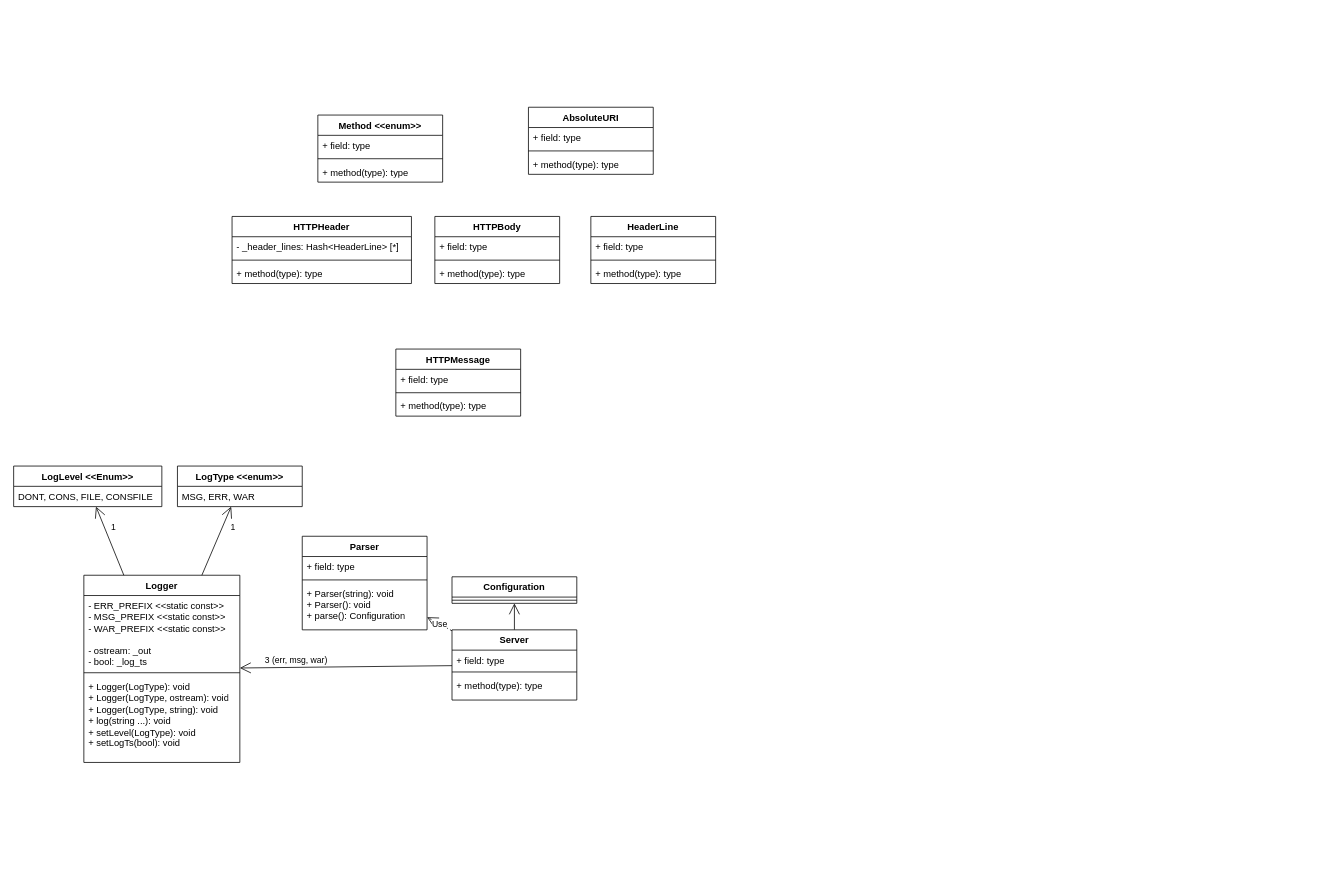
This is docs/class_diagram.drawio from Kevin-Seligmann/webserv, a draw.io file, before an edit. Source tidied: cells renumbered, new cells numbered last; positions are measured from the earlier drawing's top-left corner, leaving out a move shared by most shapes. Both pictures are drawn from the tidied source at 78%, with x=0, y=0 at pixel (13, 107).
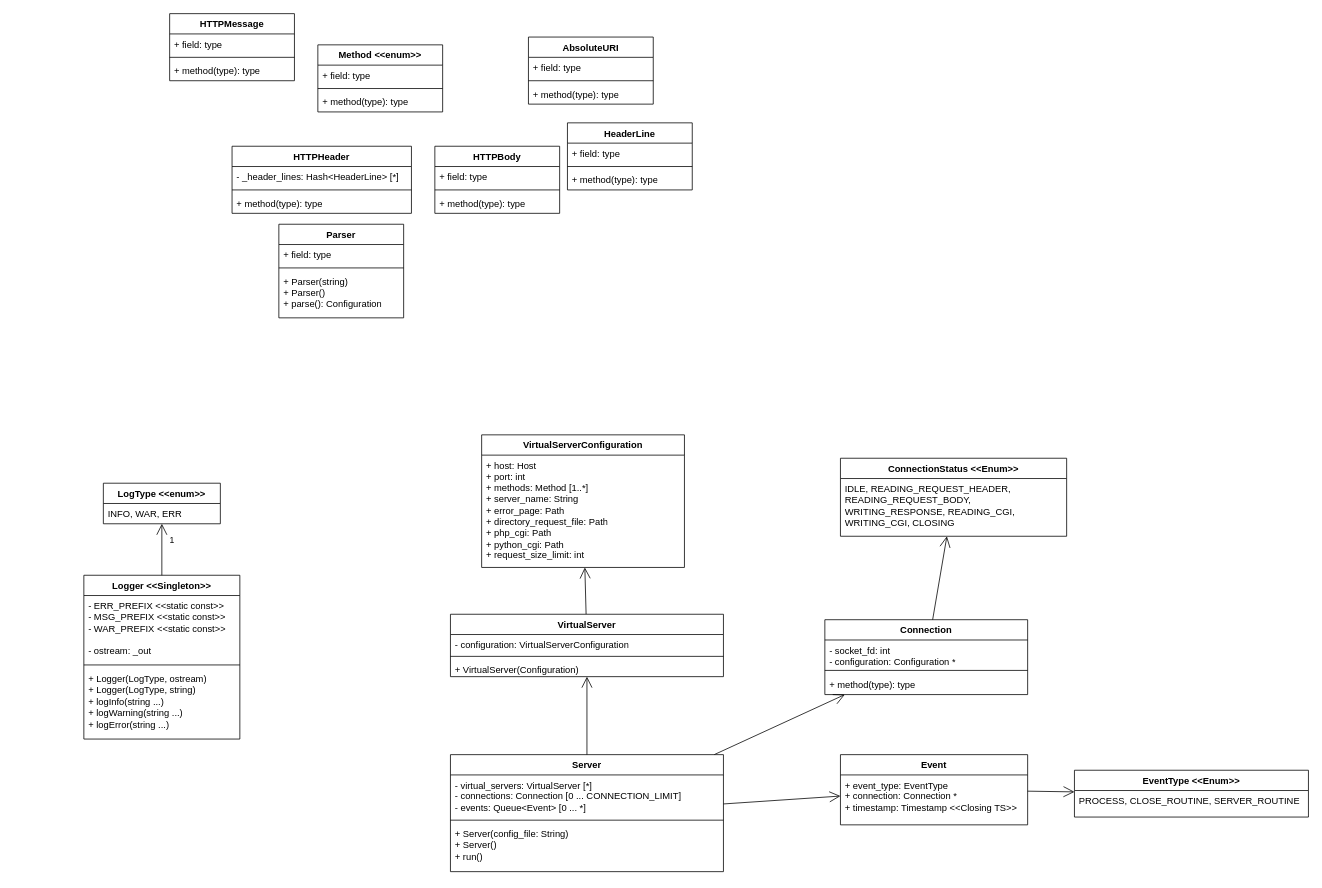
After the change.

What changed in the source:
```diff
@@
-    <mxCell id="2" value="Logger&lt;div&gt;&lt;br&gt;&lt;/div&gt;" style="swimlane;fontStyle=1;align=center;verticalAlign=top;horizontal=1;startSize=26;whiteSpace=wrap;html=1;" parent="1" vertex="1">
-      <mxGeometry x="90" y="600" width="200" height="240" as="geometry" />
+    <mxCell id="2" value="Logger &amp;lt;&amp;lt;Singleton&amp;gt;&amp;gt;&lt;div&gt;&amp;nbsp;&lt;/div&gt;" style="swimlane;fontStyle=1;align=center;verticalAlign=top;horizontal=1;startSize=26;whiteSpace=wrap;html=1;" parent="1" vertex="1">
+      <mxGeometry x="90" y="600" width="200" height="210" as="geometry" />
     </mxCell>
-    <mxCell id="3" value="&lt;div&gt;- ERR_PREFIX &amp;lt;&amp;lt;static const&amp;gt;&amp;gt;&lt;/div&gt;&lt;div&gt;- MSG_PREFIX &amp;lt;&amp;lt;static const&amp;gt;&amp;gt;&lt;/div&gt;&lt;div&gt;- WAR_PREFIX &amp;lt;&amp;lt;static const&amp;gt;&amp;gt;&lt;/div&gt;&lt;div&gt;&lt;br&gt;&lt;/div&gt;- ostream: _out&lt;div&gt;&lt;span style=&quot;background-color: transparent; color: light-dark(rgb(0, 0, 0), rgb(255, 255, 255));&quot;&gt;- bool: _log_ts&lt;/span&gt;&lt;/div&gt;" style="text;strokeColor=none;fillColor=none;align=left;verticalAlign=top;spacingLeft=4;spacingRight=4;overflow=hidden;whiteSpace=wrap;html=1;" parent="2" vertex="1">
-      <mxGeometry y="26" width="200" height="94" as="geometry" />
+    <mxCell id="3" value="&lt;div&gt;- ERR_PREFIX &amp;lt;&amp;lt;static const&amp;gt;&amp;gt;&lt;/div&gt;&lt;div&gt;- MSG_PREFIX &amp;lt;&amp;lt;static const&amp;gt;&amp;gt;&lt;/div&gt;&lt;div&gt;- WAR_PREFIX &amp;lt;&amp;lt;static const&amp;gt;&amp;gt;&lt;/div&gt;&lt;div&gt;&lt;br&gt;&lt;/div&gt;- ostream: _out" style="text;strokeColor=none;fillColor=none;align=left;verticalAlign=top;spacingLeft=4;spacingRight=4;overflow=hidden;whiteSpace=wrap;html=1;" parent="2" vertex="1">
+      <mxGeometry y="26" width="200" height="84" as="geometry" />
     </mxCell>
     <mxCell id="4" style="line;strokeWidth=1;fillColor=none;align=left;verticalAlign=middle;spacingTop=-1;spacingLeft=3;spacingRight=3;labelPosition=right;strokeColor=inherit;" parent="2" vertex="1">
-      <mxGeometry y="120" width="200" height="10" as="geometry" />
+      <mxGeometry y="110" width="200" height="10" as="geometry" />
     </mxCell>
-    <mxCell id="5" value="&lt;div&gt;+ Logger(LogType): void&lt;/div&gt;&lt;div&gt;+ Logger(LogType, ostream): void&lt;/div&gt;+ Logger(LogType, string): void&lt;div&gt;+ log(string ...): void&lt;/div&gt;&lt;div&gt;+ setLevel(LogType): void&lt;/div&gt;&lt;div&gt;+ setLogTs(bool): void&lt;/div&gt;" style="text;strokeColor=none;fillColor=none;align=left;verticalAlign=top;spacingLeft=4;spacingRight=4;overflow=hidden;whiteSpace=wrap;html=1;" parent="2" vertex="1">
-      <mxGeometry y="130" width="200" height="110" as="geometry" />
+    <mxCell id="5" value="&lt;div&gt;&lt;span style=&quot;background-color: transparent; color: light-dark(rgb(0, 0, 0), rgb(255, 255, 255));&quot;&gt;+ Logger(LogType, ostream)&lt;/span&gt;&lt;/div&gt;+ Logger(LogType, string)&lt;div&gt;+ logInfo(string ...)&lt;/div&gt;&lt;div&gt;&lt;div&gt;+ logWarning(string ...)&lt;/div&gt;&lt;/div&gt;&lt;div&gt;&lt;div&gt;+ logError(string ...)&lt;/div&gt;&lt;/div&gt;&lt;div&gt;&lt;br&gt;&lt;/div&gt;" style="text;strokeColor=none;fillColor=none;align=left;verticalAlign=top;spacingLeft=4;spacingRight=4;overflow=hidden;whiteSpace=wrap;html=1;" parent="2" vertex="1">
+      <mxGeometry y="120" width="200" height="90" as="geometry" />
     </mxCell>
-    <mxCell id="6" value="Configuration&lt;div&gt;&lt;br&gt;&lt;/div&gt;" style="swimlane;fontStyle=1;align=center;verticalAlign=top;horizontal=1;startSize=26;whiteSpace=wrap;html=1;" parent="1" vertex="1">
-      <mxGeometry x="562" y="602" width="160" height="34" as="geometry" />
-    </mxCell>
-    <mxCell id="7" style="line;strokeWidth=1;fillColor=none;align=left;verticalAlign=middle;spacingTop=-1;spacingLeft=3;spacingRight=3;labelPosition=right;strokeColor=inherit;" parent="6" vertex="1">
-      <mxGeometry y="26" width="160" height="8" as="geometry" />
-    </mxCell>
     <mxCell id="8" value="LogType &amp;lt;&amp;lt;enum&amp;gt;&amp;gt;" style="swimlane;fontStyle=1;align=center;verticalAlign=top;horizontal=1;startSize=26;whiteSpace=wrap;html=1;" parent="1" vertex="1">
-      <mxGeometry x="210" y="460" width="160" height="52" as="geometry" />
+      <mxGeometry x="115" y="482" width="150" height="52" as="geometry" />
     </mxCell>
-    <mxCell id="9" value="MSG, ERR, WAR" style="text;strokeColor=none;fillColor=none;align=left;verticalAlign=top;spacingLeft=4;spacingRight=4;overflow=hidden;whiteSpace=wrap;html=1;" parent="8" vertex="1">
-      <mxGeometry y="26" width="160" height="26" as="geometry" />
+    <mxCell id="9" value="INFO, WAR, ERR" style="text;strokeColor=none;fillColor=none;align=left;verticalAlign=top;spacingLeft=4;spacingRight=4;overflow=hidden;whiteSpace=wrap;html=1;" parent="8" vertex="1">
+      <mxGeometry y="26" width="150" height="26" as="geometry" />
     </mxCell>
-    <mxCell id="10" value="LogLevel &amp;lt;&amp;lt;Enum&amp;gt;&amp;gt;" style="swimlane;fontStyle=1;align=center;verticalAlign=top;horizontal=1;startSize=26;whiteSpace=wrap;html=1;" parent="1" vertex="1">
-      <mxGeometry y="460" width="190" height="52" as="geometry" />
-    </mxCell>
-    <mxCell id="11" value="DONT, CONS, FILE, CONSFILE" style="text;strokeColor=none;fillColor=none;align=left;verticalAlign=top;spacingLeft=4;spacingRight=4;overflow=hidden;whiteSpace=wrap;html=1;" parent="10" vertex="1">
-      <mxGeometry y="26" width="190" height="26" as="geometry" />
-    </mxCell>
-    <mxCell id="12" style="endArrow=open;endFill=1;endSize=12;html=1;rounded=0;" parent="1" edge="1" source="2" target="10">
-      <mxGeometry relative="1" as="geometry" />
-    </mxCell>
-    <mxCell id="13" value="1" style="edgeLabel;html=1;align=center;verticalAlign=middle;" parent="12" vertex="1">
-      <mxGeometry x="0.5" relative="1" as="geometry">
-        <mxPoint x="13" y="4" as="offset" />
-      </mxGeometry>
-    </mxCell>
@@
-    <mxCell id="16" style="endArrow=open;endFill=1;endSize=12;html=1;rounded=0;" parent="1" edge="1" source="18" target="6">
+    <mxCell id="16" style="endArrow=open;endFill=1;endSize=12;html=1;rounded=0;" parent="1" edge="1" source="18" target="71">
       <mxGeometry relative="1" as="geometry" />
     </mxCell>
-    <mxCell id="17" value="Use" style="endArrow=open;endSize=12;dashed=1;html=1;rounded=0;" parent="1" edge="1" source="18" target="24">
-      <mxGeometry relative="1" as="geometry" />
-    </mxCell>
-    <mxCell id="18" value="Server" style="swimlane;fontStyle=1;align=center;verticalAlign=top;horizontal=1;startSize=26;whiteSpace=wrap;html=1;" parent="1" vertex="1">
-      <mxGeometry x="562" y="670" width="160" height="90" as="geometry" />
+    <mxCell id="18" value="VirtualServer" style="swimlane;fontStyle=1;align=center;verticalAlign=top;horizontal=1;startSize=26;whiteSpace=wrap;html=1;" parent="1" vertex="1">
+      <mxGeometry x="560" y="650" width="350" height="80" as="geometry" />
     </mxCell>
-    <mxCell id="19" value="+ field: type" style="text;strokeColor=none;fillColor=none;align=left;verticalAlign=top;spacingLeft=4;spacingRight=4;overflow=hidden;whiteSpace=wrap;html=1;" parent="18" vertex="1">
-      <mxGeometry y="26" width="160" height="24" as="geometry" />
+    <mxCell id="19" value="&lt;div&gt;- configuration: VirtualServerConfiguration&lt;/div&gt;&lt;div&gt;&lt;br&gt;&lt;/div&gt;" style="text;strokeColor=none;fillColor=none;align=left;verticalAlign=top;spacingLeft=4;spacingRight=4;overflow=hidden;whiteSpace=wrap;html=1;" parent="18" vertex="1">
+      <mxGeometry y="26" width="350" height="24" as="geometry" />
     </mxCell>
     <mxCell id="20" style="line;strokeWidth=1;fillColor=none;align=left;verticalAlign=middle;spacingTop=-1;spacingLeft=3;spacingRight=3;labelPosition=right;strokeColor=inherit;" parent="18" vertex="1">
-      <mxGeometry y="50" width="160" height="8" as="geometry" />
+      <mxGeometry y="50" width="350" height="8" as="geometry" />
     </mxCell>
-    <mxCell id="21" value="+ method(type): type" style="text;strokeColor=none;fillColor=none;align=left;verticalAlign=top;spacingLeft=4;spacingRight=4;overflow=hidden;whiteSpace=wrap;html=1;" parent="18" vertex="1">
-      <mxGeometry y="58" width="160" height="32" as="geometry" />
+    <mxCell id="21" value="+ VirtualServer(Configuration)&lt;div&gt;&lt;br&gt;&lt;/div&gt;" style="text;strokeColor=none;fillColor=none;align=left;verticalAlign=top;spacingLeft=4;spacingRight=4;overflow=hidden;whiteSpace=wrap;html=1;" parent="18" vertex="1">
+      <mxGeometry y="58" width="350" height="22" as="geometry" />
     </mxCell>
-    <mxCell id="22" style="endArrow=open;endFill=1;endSize=12;html=1;rounded=0;" parent="1" edge="1">
-      <mxGeometry relative="1" as="geometry">
-        <mxPoint x="562" y="715.9" as="sourcePoint" />
-        <mxPoint x="290" y="718.9" as="targetPoint" />
-      </mxGeometry>
-    </mxCell>
-    <mxCell id="23" value="3 (err, msg, war)" style="edgeLabel;html=1;align=center;verticalAlign=middle;" parent="22" vertex="1">
-      <mxGeometry x="0.65" y="-1" relative="1" as="geometry">
-        <mxPoint x="23" y="-9" as="offset" />
-      </mxGeometry>
-    </mxCell>
     <mxCell id="24" value="Parser" style="swimlane;fontStyle=1;align=center;verticalAlign=top;horizontal=1;startSize=26;whiteSpace=wrap;html=1;" parent="1" vertex="1">
-      <mxGeometry x="370" y="550" width="160" height="120" as="geometry" />
+      <mxGeometry x="340" y="150" width="160" height="120" as="geometry" />
     </mxCell>
@@
-    <mxCell id="27" value="+ Parser(string): void&lt;div&gt;+ Parser(): void&lt;/div&gt;&lt;div&gt;+ parse(): Configuration&lt;/div&gt;" style="text;strokeColor=none;fillColor=none;align=left;verticalAlign=top;spacingLeft=4;spacingRight=4;overflow=hidden;whiteSpace=wrap;html=1;" parent="24" vertex="1">
+    <mxCell id="27" value="+ Parser(string)&lt;div&gt;+ Parser()&lt;/div&gt;&lt;div&gt;+ parse(): Configuration&lt;/div&gt;" style="text;strokeColor=none;fillColor=none;align=left;verticalAlign=top;spacingLeft=4;spacingRight=4;overflow=hidden;whiteSpace=wrap;html=1;" parent="24" vertex="1">
       <mxGeometry y="60" width="160" height="60" as="geometry" />
     </mxCell>
     <mxCell id="28" value="HTTPMessage" style="swimlane;fontStyle=1;align=center;verticalAlign=top;horizontal=1;startSize=26;whiteSpace=wrap;html=1;" parent="1" vertex="1">
-      <mxGeometry x="490" y="310" width="160" height="86" as="geometry" />
+      <mxGeometry x="200" y="-120" width="160" height="86" as="geometry" />
     </mxCell>
@@
     <mxCell id="32" value="HTTPHeader" style="swimlane;fontStyle=1;align=center;verticalAlign=top;horizontal=1;startSize=26;whiteSpace=wrap;html=1;" parent="1" vertex="1">
-      <mxGeometry x="280" y="140" width="230" height="86" as="geometry" />
+      <mxGeometry x="280" y="50" width="230" height="86" as="geometry" />
     </mxCell>
@@
     <mxCell id="36" value="HeaderLine" style="swimlane;fontStyle=1;align=center;verticalAlign=top;horizontal=1;startSize=26;whiteSpace=wrap;html=1;" parent="1" vertex="1">
-      <mxGeometry x="740" y="140" width="160" height="86" as="geometry" />
+      <mxGeometry x="710" y="20" width="160" height="86" as="geometry" />
     </mxCell>
@@
     <mxCell id="40" value="HTTPBody" style="swimlane;fontStyle=1;align=center;verticalAlign=top;horizontal=1;startSize=26;whiteSpace=wrap;html=1;" parent="1" vertex="1">
-      <mxGeometry x="540" y="140" width="160" height="86" as="geometry" />
+      <mxGeometry x="540" y="50" width="160" height="86" as="geometry" />
     </mxCell>
@@
     <mxCell id="44" value="AbsoluteURI" style="swimlane;fontStyle=1;align=center;verticalAlign=top;horizontal=1;startSize=26;whiteSpace=wrap;html=1;" parent="1" vertex="1">
-      <mxGeometry x="660" width="160" height="86" as="geometry" />
+      <mxGeometry x="660" y="-90" width="160" height="86" as="geometry" />
     </mxCell>
@@
     <mxCell id="48" value="Method &amp;lt;&amp;lt;enum&amp;gt;&amp;gt;" style="swimlane;fontStyle=1;align=center;verticalAlign=top;horizontal=1;startSize=26;whiteSpace=wrap;html=1;" parent="1" vertex="1">
-      <mxGeometry x="390" y="10" width="160" height="86" as="geometry" />
+      <mxGeometry x="390" y="-80" width="160" height="86" as="geometry" />
     </mxCell>
@@
+    <mxCell id="52" value="Connection" style="swimlane;fontStyle=1;align=center;verticalAlign=top;horizontal=1;startSize=26;whiteSpace=wrap;html=1;" parent="1" vertex="1">
+      <mxGeometry x="1040" y="657" width="260" height="96" as="geometry" />
+    </mxCell>
+    <mxCell id="53" value="- socket_fd: int&lt;div&gt;- configuration: Configuration *&lt;/div&gt;" style="text;strokeColor=none;fillColor=none;align=left;verticalAlign=top;spacingLeft=4;spacingRight=4;overflow=hidden;whiteSpace=wrap;html=1;" parent="52" vertex="1">
+      <mxGeometry y="26" width="260" height="34" as="geometry" />
+    </mxCell>
+    <mxCell id="54" style="line;strokeWidth=1;fillColor=none;align=left;verticalAlign=middle;spacingTop=-1;spacingLeft=3;spacingRight=3;labelPosition=right;strokeColor=inherit;" parent="52" vertex="1">
+      <mxGeometry y="60" width="260" height="10" as="geometry" />
+    </mxCell>
+    <mxCell id="55" value="+ method(type): type" style="text;strokeColor=none;fillColor=none;align=left;verticalAlign=top;spacingLeft=4;spacingRight=4;overflow=hidden;whiteSpace=wrap;html=1;" parent="52" vertex="1">
+      <mxGeometry y="70" width="260" height="26" as="geometry" />
+    </mxCell>
+    <mxCell id="56" value="ConnectionStatus &amp;lt;&amp;lt;Enum&amp;gt;&amp;gt;" style="swimlane;fontStyle=1;align=center;verticalAlign=top;horizontal=1;startSize=26;whiteSpace=wrap;html=1;" parent="1" vertex="1">
+      <mxGeometry x="1060" y="450" width="290" height="100" as="geometry" />
+    </mxCell>
+    <mxCell id="57" value="IDLE, READING_REQUEST_HEADER, READING_REQUEST_BODY,&amp;nbsp; WRITING_RESPONSE, READING_CGI, WRITING_CGI, CLOSING" style="text;strokeColor=none;fillColor=none;align=left;verticalAlign=top;spacingLeft=4;spacingRight=4;overflow=hidden;whiteSpace=wrap;html=1;" parent="56" vertex="1">
+      <mxGeometry y="26" width="290" height="74" as="geometry" />
+    </mxCell>
+    <mxCell id="58" style="endArrow=open;endFill=1;endSize=12;html=1;rounded=0;" parent="1" edge="1" source="52" target="56">
+      <mxGeometry relative="1" as="geometry" />
+    </mxCell>
+    <mxCell id="59" style="endArrow=open;endFill=1;endSize=12;html=1;rounded=0;" parent="1" edge="1" source="66" target="52">
+      <mxGeometry relative="1" as="geometry" />
+    </mxCell>
+    <mxCell id="60" value="Event" style="swimlane;fontStyle=1;align=center;verticalAlign=top;horizontal=1;startSize=26;whiteSpace=wrap;html=1;" parent="1" vertex="1">
+      <mxGeometry x="1060" y="830" width="240" height="90" as="geometry" />
+    </mxCell>
+    <mxCell id="61" value="+ event_type: EventType&lt;div&gt;&lt;span style=&quot;background-color: transparent; color: light-dark(rgb(0, 0, 0), rgb(255, 255, 255));&quot;&gt;+ connection: Connection *&lt;/span&gt;&lt;/div&gt;&lt;div&gt;+ timestamp: Timestamp &amp;lt;&amp;lt;Closing TS&amp;gt;&amp;gt;&lt;br&gt;&lt;div&gt;&lt;br&gt;&lt;/div&gt;&lt;/div&gt;" style="text;strokeColor=none;fillColor=none;align=left;verticalAlign=top;spacingLeft=4;spacingRight=4;overflow=hidden;whiteSpace=wrap;html=1;" parent="60" vertex="1">
+      <mxGeometry y="26" width="240" height="64" as="geometry" />
+    </mxCell>
+    <mxCell id="62" value="EventType &amp;lt;&amp;lt;Enum&amp;gt;&amp;gt;" style="swimlane;fontStyle=1;align=center;verticalAlign=top;horizontal=1;startSize=26;whiteSpace=wrap;html=1;" parent="1" vertex="1">
+      <mxGeometry x="1360" y="850" width="300" height="60" as="geometry" />
+    </mxCell>
+    <mxCell id="63" value="PROCESS, CLOSE_ROUTINE, SERVER_ROUTINE" style="text;strokeColor=none;fillColor=none;align=left;verticalAlign=top;spacingLeft=4;spacingRight=4;overflow=hidden;whiteSpace=wrap;html=1;" parent="62" vertex="1">
+      <mxGeometry y="26" width="300" height="34" as="geometry" />
+    </mxCell>
+    <mxCell id="64" style="endArrow=open;endFill=1;endSize=12;html=1;rounded=0;" parent="1" edge="1" source="66" target="60">
+      <mxGeometry relative="1" as="geometry" />
+    </mxCell>
+    <mxCell id="65" style="endArrow=open;endFill=1;endSize=12;html=1;rounded=0;" parent="1" edge="1" source="60" target="62">
+      <mxGeometry relative="1" as="geometry" />
+    </mxCell>
+    <mxCell id="66" value="Server" style="swimlane;fontStyle=1;align=center;verticalAlign=top;horizontal=1;startSize=26;whiteSpace=wrap;html=1;" parent="1" vertex="1">
+      <mxGeometry x="560" y="830" width="350" height="150" as="geometry" />
+    </mxCell>
+    <mxCell id="67" value="- virtual_servers: VirtualServer [*]&lt;div&gt;- connections: Connection [0 ... CONNECTION_LIMIT]&lt;/div&gt;&lt;div&gt;&lt;div&gt;&lt;div&gt;&lt;span style=&quot;background-color: transparent; color: light-dark(rgb(0, 0, 0), rgb(255, 255, 255));&quot;&gt;- events: Queue&amp;lt;Event&amp;gt; [0 ... *]&lt;/span&gt;&lt;/div&gt;&lt;/div&gt;&lt;div&gt;&lt;span style=&quot;background-color: transparent; color: light-dark(rgb(0, 0, 0), rgb(255, 255, 255));&quot;&gt;&lt;br&gt;&lt;/span&gt;&lt;/div&gt;&lt;/div&gt;" style="text;strokeColor=none;fillColor=none;align=left;verticalAlign=top;spacingLeft=4;spacingRight=4;overflow=hidden;whiteSpace=wrap;html=1;" parent="66" vertex="1">
+      <mxGeometry y="26" width="350" height="54" as="geometry" />
+    </mxCell>
+    <mxCell id="68" style="line;strokeWidth=1;fillColor=none;align=left;verticalAlign=middle;spacingTop=-1;spacingLeft=3;spacingRight=3;labelPosition=right;strokeColor=inherit;" parent="66" vertex="1">
+      <mxGeometry y="80" width="350" height="8" as="geometry" />
+    </mxCell>
+    <mxCell id="69" value="+ Server(config_file: String)&lt;div&gt;&lt;div&gt;+ Server()&lt;/div&gt;&lt;/div&gt;&lt;div&gt;+ run()&lt;/div&gt;" style="text;strokeColor=none;fillColor=none;align=left;verticalAlign=top;spacingLeft=4;spacingRight=4;overflow=hidden;whiteSpace=wrap;html=1;" parent="66" vertex="1">
+      <mxGeometry y="88" width="350" height="62" as="geometry" />
+    </mxCell>
+    <mxCell id="70" style="endArrow=open;endFill=1;endSize=12;html=1;rounded=0;" parent="1" edge="1" source="66" target="18">
+      <mxGeometry relative="1" as="geometry" />
+    </mxCell>
+    <mxCell id="71" value="VirtualServerConfiguration" style="swimlane;fontStyle=1;align=center;verticalAlign=top;horizontal=1;startSize=26;whiteSpace=wrap;html=1;" parent="1" vertex="1">
+      <mxGeometry x="600" y="420" width="260" height="170" as="geometry" />
+    </mxCell>
+    <mxCell id="72" value="+ host: Host&lt;div&gt;+ port: int&lt;br&gt;&lt;div&gt;+ methods: Method [1..*]&lt;/div&gt;&lt;div&gt;+ server_name: String&lt;/div&gt;&lt;/div&gt;&lt;div&gt;+ error_page: Path&lt;/div&gt;&lt;div&gt;+ directory_request_file: Path&lt;/div&gt;&lt;div&gt;+ php_cgi: Path&lt;/div&gt;&lt;div&gt;+ python_cgi: Path&lt;/div&gt;&lt;div&gt;+ request_size_limit: int&lt;/div&gt;" style="text;strokeColor=none;fillColor=none;align=left;verticalAlign=top;spacingLeft=4;spacingRight=4;overflow=hidden;whiteSpace=wrap;html=1;" parent="71" vertex="1">
+      <mxGeometry y="26" width="260" height="144" as="geometry" />
+    </mxCell>
```
